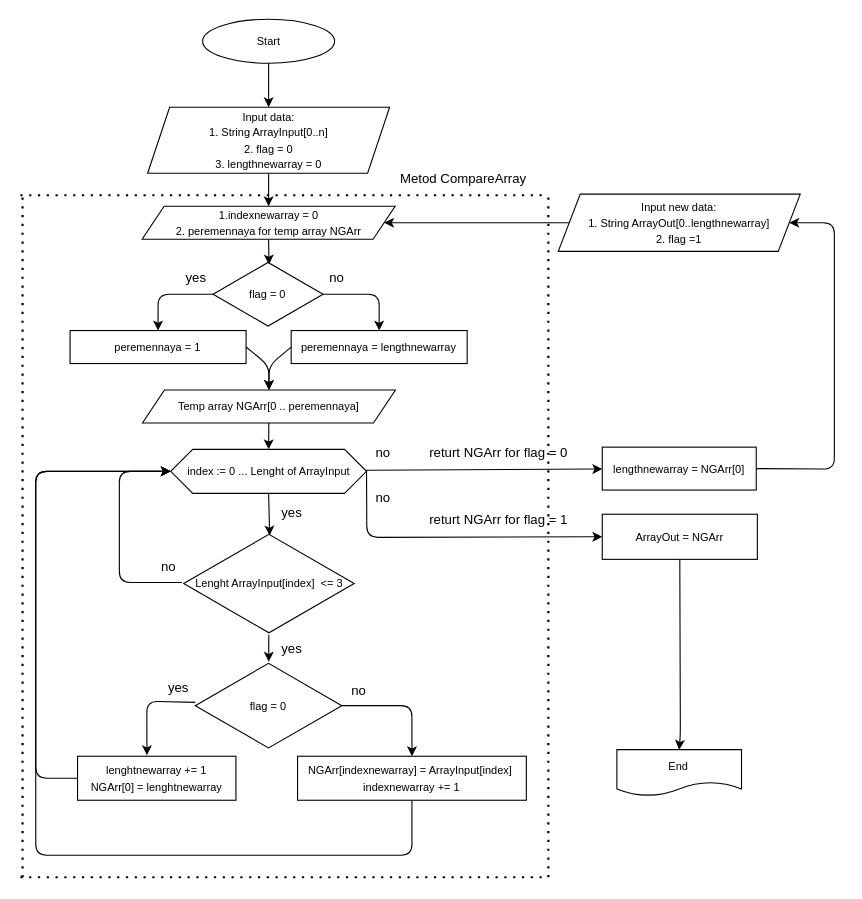
Earlier version of the draw.io diagram BlockDiagram.drawio (DrDrv/FinalTask). Source tidied: cells renumbered, new cells numbered last; positions are measured from the earlier drawing's top-left corner, leaving out a move shared by most shapes. Both pictures are drawn from the tidied source at 110%, with x=0, y=0 at pixel (20, 19).
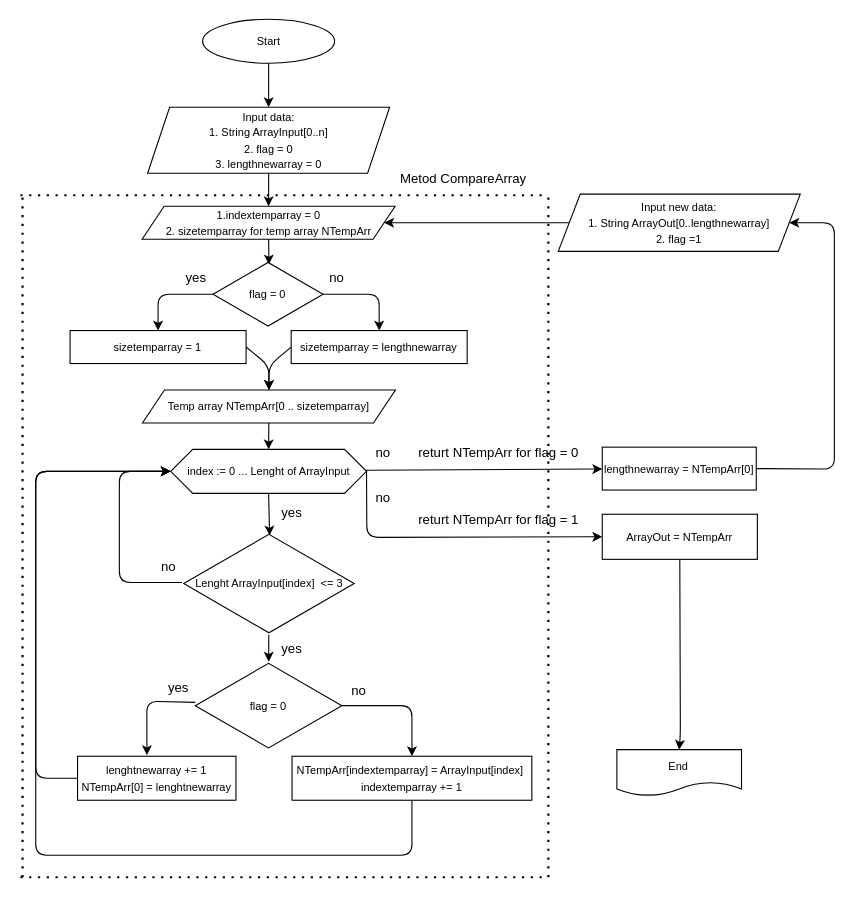
Above is the later version.

Change to the diagram source:
```diff
@@
-    <mxCell id="13" value="&lt;font style=&quot;font-size: 10px&quot;&gt;lenghtnewarray += 1&lt;br&gt;NGArr[0] = lenghtnewarray&lt;br&gt;&lt;/font&gt;" style="rounded=0;whiteSpace=wrap;html=1;" parent="1" vertex="1">
+    <mxCell id="13" value="&lt;font style=&quot;font-size: 10px&quot;&gt;lenghtnewarray += 1&lt;br&gt;&lt;/font&gt;&lt;font style=&quot;font-size: 10px&quot;&gt;&lt;font&gt;NTempArr&lt;/font&gt;&lt;span&gt;[0]&lt;/span&gt;&lt;/font&gt;&lt;span style=&quot;font-size: 10px&quot;&gt; = lenghtnewarray&lt;/span&gt;" style="rounded=0;whiteSpace=wrap;html=1;" parent="1" vertex="1">
       <mxGeometry x="52" y="670" width="144" height="40" as="geometry" />
     </mxCell>
@@
-    <mxCell id="26" value="&lt;font style=&quot;font-size: 10px&quot;&gt;NGArr[indexnewarray] = ArrayInput[index]&amp;nbsp;&lt;br&gt;indexnewarray += 1&lt;/font&gt;" style="rounded=0;whiteSpace=wrap;html=1;" parent="1" vertex="1">
-      <mxGeometry x="252" y="670" width="208" height="40" as="geometry" />
+    <mxCell id="26" value="&lt;font style=&quot;font-size: 10px&quot;&gt;NTempArr[indextemparray] = ArrayInput[index]&amp;nbsp;&lt;br&gt;indextemparray += 1&lt;/font&gt;" style="rounded=0;whiteSpace=wrap;html=1;" parent="1" vertex="1">
+      <mxGeometry x="247" y="670" width="218" height="40" as="geometry" />
     </mxCell>
@@
-    <mxCell id="36" value="&lt;font style=&quot;font-size: 10px&quot;&gt;1.indexnewarray = 0&lt;br&gt;2. peremennaya for temp array NGArr&lt;br&gt;&lt;/font&gt;" style="shape=parallelogram;perimeter=parallelogramPerimeter;whiteSpace=wrap;html=1;fixedSize=1;" parent="1" vertex="1">
+    <mxCell id="36" value="&lt;font style=&quot;font-size: 10px&quot;&gt;1.indextemparray = 0&lt;br&gt;2. sizetemparray for temp array NTempArr&lt;/font&gt;&lt;span style=&quot;color: rgb(114 , 133 , 183) ; background-color: rgb(0 , 36 , 81) ; font-family: &amp;#34;menlo&amp;#34; , &amp;#34;monaco&amp;#34; , &amp;#34;courier new&amp;#34; , monospace&quot;&gt;&lt;br&gt;&lt;/span&gt;" style="shape=parallelogram;perimeter=parallelogramPerimeter;whiteSpace=wrap;html=1;fixedSize=1;" parent="1" vertex="1">
       <mxGeometry x="110.7" y="170" width="230" height="30" as="geometry" />
     </mxCell>
@@
-    <mxCell id="38" value="&lt;span&gt;l&lt;/span&gt;&lt;span&gt;engthnewarray = NGArr[0]&lt;/span&gt;" style="rounded=0;whiteSpace=wrap;html=1;fontSize=10;" parent="1" vertex="1">
+    <mxCell id="38" value="&lt;span&gt;l&lt;/span&gt;&lt;span&gt;engthnewarray = NTempArr[0]&lt;/span&gt;" style="rounded=0;whiteSpace=wrap;html=1;fontSize=10;" parent="1" vertex="1">
       <mxGeometry x="529" y="389" width="140" height="39" as="geometry" />
     </mxCell>
-    <mxCell id="39" value="&lt;font style=&quot;font-size: 12px&quot;&gt;returt NGArr for flag = 0&lt;/font&gt;" style="text;html=1;strokeColor=none;fillColor=none;align=center;verticalAlign=middle;whiteSpace=wrap;rounded=0;fontSize=10;" parent="1" vertex="1">
+    <mxCell id="39" value="&lt;font style=&quot;font-size: 12px&quot;&gt;returt NTempArr for flag = 0&lt;/font&gt;" style="text;html=1;strokeColor=none;fillColor=none;align=center;verticalAlign=middle;whiteSpace=wrap;rounded=0;fontSize=10;" parent="1" vertex="1">
       <mxGeometry x="360" y="379" width="150" height="30" as="geometry" />
     </mxCell>
-    <mxCell id="40" value="&lt;font style=&quot;font-size: 10px&quot;&gt;ArrayOut = NGArr&lt;/font&gt;" style="rounded=0;whiteSpace=wrap;html=1;fontSize=12;" parent="1" vertex="1">
+    <mxCell id="40" value="&lt;font style=&quot;font-size: 10px&quot;&gt;ArrayOut = NTempArr&lt;/font&gt;" style="rounded=0;whiteSpace=wrap;html=1;fontSize=12;" parent="1" vertex="1">
       <mxGeometry x="529" y="450" width="141" height="41" as="geometry" />
     </mxCell>
-    <mxCell id="41" value="&lt;font style=&quot;font-size: 12px&quot;&gt;returt NGArr for flag = 1&lt;/font&gt;" style="text;html=1;strokeColor=none;fillColor=none;align=center;verticalAlign=middle;whiteSpace=wrap;rounded=0;fontSize=10;" parent="1" vertex="1">
+    <mxCell id="41" value="&lt;font style=&quot;font-size: 12px&quot;&gt;returt NTempArr for flag = 1&lt;/font&gt;" style="text;html=1;strokeColor=none;fillColor=none;align=center;verticalAlign=middle;whiteSpace=wrap;rounded=0;fontSize=10;" parent="1" vertex="1">
       <mxGeometry x="360" y="440" width="150" height="30" as="geometry" />
     </mxCell>
@@
-    <mxCell id="47" value="&lt;font style=&quot;font-size: 10px&quot;&gt;peremennaya = 1&lt;/font&gt;" style="rounded=0;whiteSpace=wrap;html=1;" parent="1" vertex="1">
+    <mxCell id="47" value="&lt;font style=&quot;font-size: 10px&quot;&gt;sizetemparray = 1&lt;/font&gt;" style="rounded=0;whiteSpace=wrap;html=1;" parent="1" vertex="1">
       <mxGeometry x="45.2" y="283" width="160" height="30" as="geometry" />
     </mxCell>
@@
-    <mxCell id="49" value="&lt;font style=&quot;font-size: 10px&quot;&gt;peremennaya =&amp;nbsp;lengthnewarray&lt;/font&gt;" style="rounded=0;whiteSpace=wrap;html=1;" parent="1" vertex="1">
+    <mxCell id="49" value="&lt;font style=&quot;font-size: 10px&quot;&gt;sizetemparray =&amp;nbsp;lengthnewarray&lt;/font&gt;" style="rounded=0;whiteSpace=wrap;html=1;" parent="1" vertex="1">
       <mxGeometry x="246.2" y="283" width="160" height="30" as="geometry" />
     </mxCell>
@@
-    <mxCell id="53" value="&lt;font style=&quot;font-size: 10px&quot;&gt;Temp array NGArr[0 .. peremennaya]&lt;br&gt;&lt;/font&gt;" style="shape=parallelogram;perimeter=parallelogramPerimeter;whiteSpace=wrap;html=1;fixedSize=1;" parent="1" vertex="1">
+    <mxCell id="53" value="&lt;font style=&quot;font-size: 10px&quot;&gt;Temp array NTempArr[0 .. sizetemparray]&lt;br&gt;&lt;/font&gt;" style="shape=parallelogram;perimeter=parallelogramPerimeter;whiteSpace=wrap;html=1;fixedSize=1;" parent="1" vertex="1">
       <mxGeometry x="111" y="337" width="230" height="30" as="geometry" />
     </mxCell>
```
